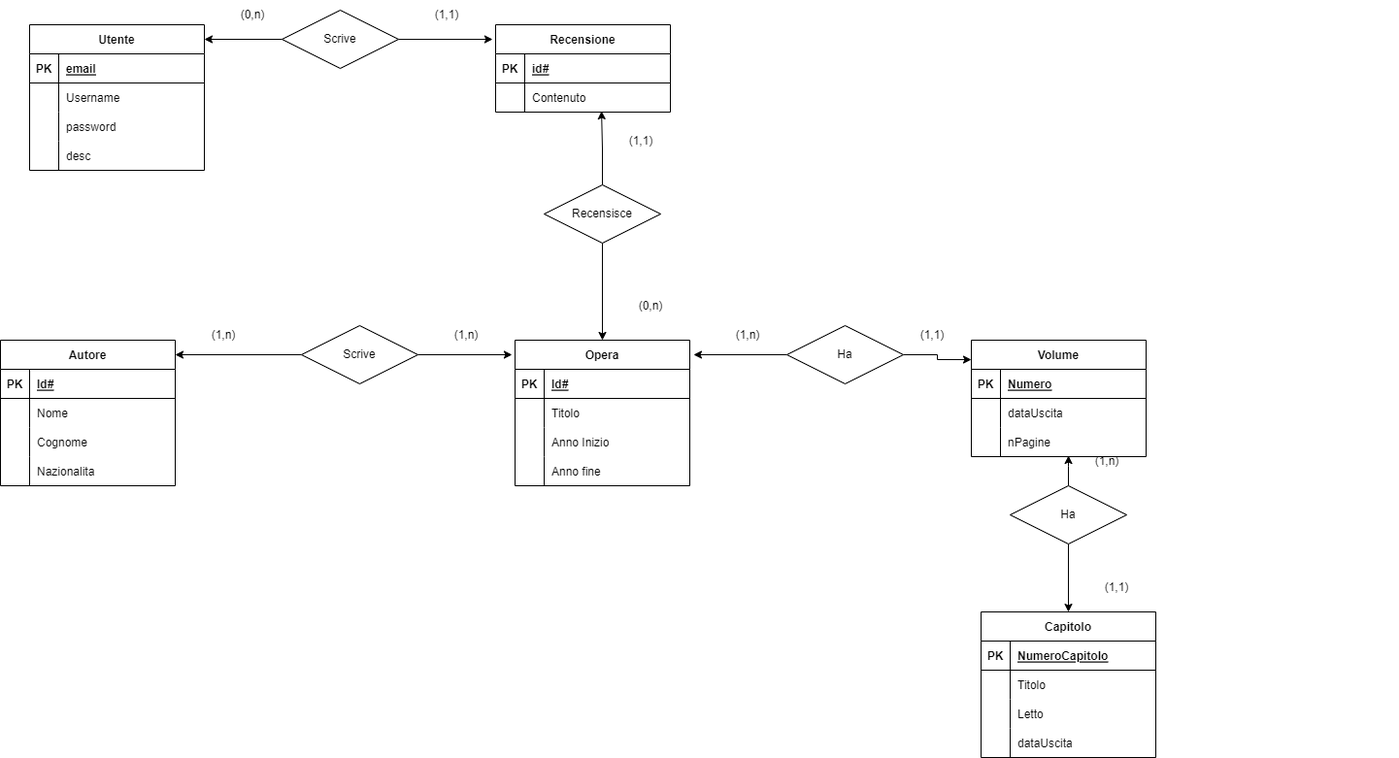
This is Progetto Blog.drawio.png from Cavosky/blog, a draw.io export, as it was before one commit. Source tidied: cells renumbered, new cells last; positions are measured from the earlier drawing's top-left corner, leaving out a move shared by most shapes.
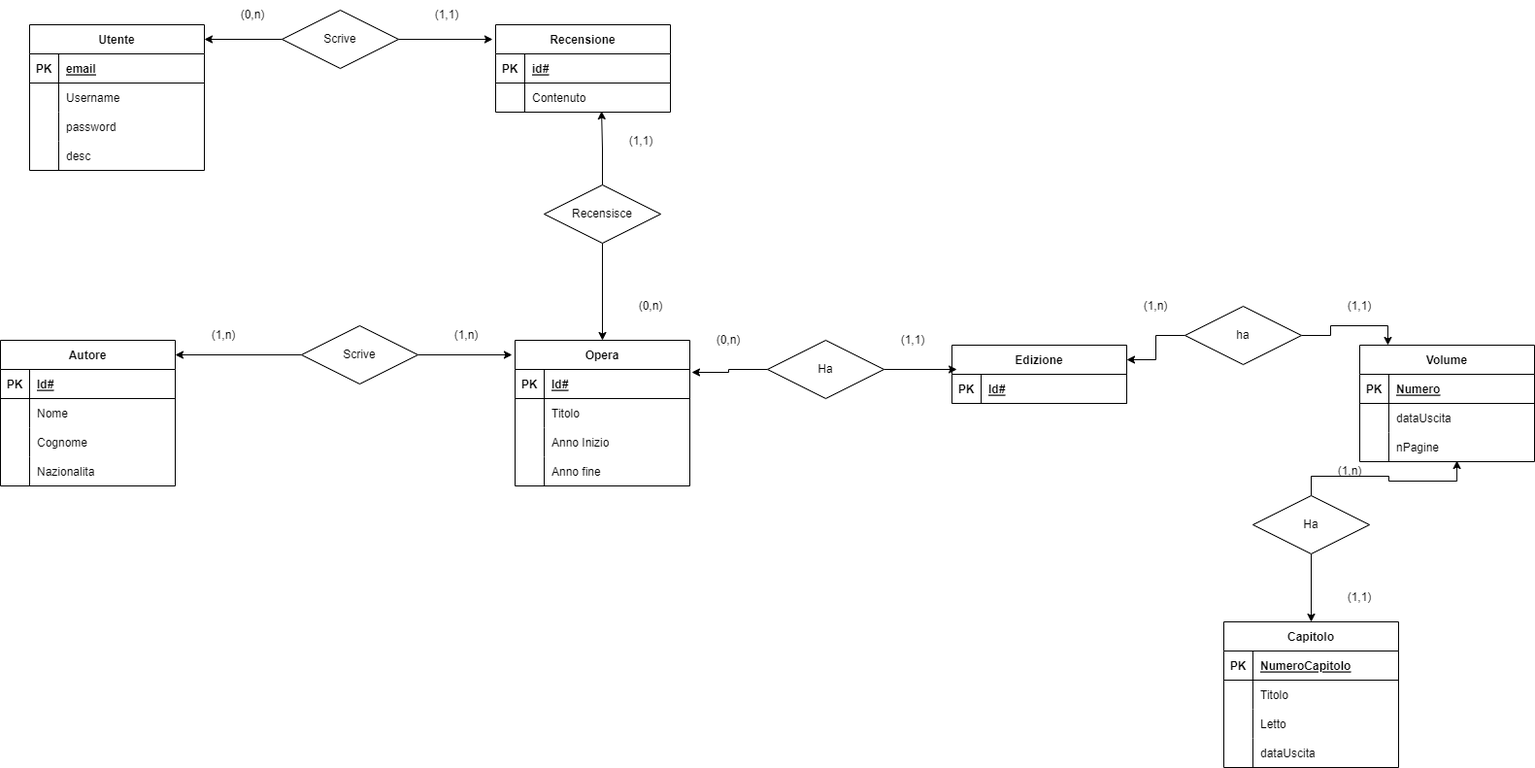
The same file after the commit.

What changed in the source:
```diff
@@ -81,7 +81,7 @@
       <mxGeometry x="30" width="150" height="30" as="geometry" />
     </mxCell>
     <mxCell id="28" value="Volume" style="shape=table;startSize=30;rowLines=0;fontStyle=1;align=center;" parent="1" vertex="1">
-      <mxGeometry x="1000" y="350" width="180" height="120" as="geometry" />
+      <mxGeometry x="1400" y="355" width="180" height="120" as="geometry" />
     </mxCell>
     <mxCell id="29" style="shape=tableRow;horizontal=0;startSize=0;swimlaneHead=0;swimlaneBody=0;fillColor=none;top=0;left=0;right=0;bottom=1;" parent="28" vertex="1">
       <mxGeometry y="30" width="180" height="30" as="geometry" />
@@ -111,7 +111,7 @@
       <mxGeometry x="30" width="150" height="30" as="geometry" />
     </mxCell>
     <mxCell id="38" value="Capitolo" style="shape=table;startSize=30;rowLines=0;fontStyle=1;align=center;" parent="1" vertex="1">
-      <mxGeometry x="1010" y="630" width="180" height="150" as="geometry" />
+      <mxGeometry x="1260" y="640" width="180" height="150" as="geometry" />
     </mxCell>
     <mxCell id="39" style="shape=tableRow;horizontal=0;startSize=0;swimlaneHead=0;swimlaneBody=0;fillColor=none;top=0;left=0;right=0;bottom=1;" parent="38" vertex="1">
       <mxGeometry y="30" width="180" height="30" as="geometry" />
@@ -158,15 +158,6 @@
     <mxCell id="53" value="Scrive" style="shape=rhombus;perimeter=rhombusPerimeter;whiteSpace=wrap;html=1;align=center;" parent="1" vertex="1">
       <mxGeometry x="310" y="335" width="120" height="60" as="geometry" />
     </mxCell>
-    <mxCell id="54" style="edgeStyle=orthogonalEdgeStyle;rounded=0;jettySize=auto;html=1;entryX=0;entryY=0.167;entryDx=0;entryDy=0;entryPerimeter=0;" parent="1" edge="1" source="56" target="28">
-      <mxGeometry relative="1" as="geometry" />
-    </mxCell>
-    <mxCell id="55" style="edgeStyle=orthogonalEdgeStyle;rounded=0;jettySize=auto;html=1;entryX=1.022;entryY=0.1;entryDx=0;entryDy=0;entryPerimeter=0;" parent="1" edge="1" source="56" target="15">
-      <mxGeometry relative="1" as="geometry" />
-    </mxCell>
-    <mxCell id="56" value="Ha" style="shape=rhombus;perimeter=rhombusPerimeter;whiteSpace=wrap;html=1;align=center;" parent="1" vertex="1">
-      <mxGeometry x="810" y="335" width="120" height="60" as="geometry" />
-    </mxCell>
     <mxCell id="57" style="edgeStyle=orthogonalEdgeStyle;rounded=0;jettySize=auto;html=1;entryX=0.5;entryY=0;entryDx=0;entryDy=0;" parent="1" edge="1" source="59" target="38">
       <mxGeometry relative="1" as="geometry" />
     </mxCell>
@@ -174,7 +165,7 @@
       <mxGeometry relative="1" as="geometry" />
     </mxCell>
     <mxCell id="59" value="Ha" style="shape=rhombus;perimeter=rhombusPerimeter;whiteSpace=wrap;html=1;align=center;" parent="1" vertex="1">
-      <mxGeometry x="1040" y="500" width="120" height="60" as="geometry" />
+      <mxGeometry x="1290" y="510" width="120" height="60" as="geometry" />
     </mxCell>
     <mxCell id="60" value="(1,n)" style="text;html=1;strokeColor=none;fillColor=none;align=center;verticalAlign=middle;whiteSpace=wrap;rounded=0;" parent="1" vertex="1">
       <mxGeometry x="200" y="330" width="60" height="30" as="geometry" />
@@ -182,17 +173,11 @@
     <mxCell id="61" value="(1,n)" style="text;html=1;strokeColor=none;fillColor=none;align=center;verticalAlign=middle;whiteSpace=wrap;rounded=0;" parent="1" vertex="1">
       <mxGeometry x="450" y="330" width="60" height="30" as="geometry" />
     </mxCell>
-    <mxCell id="62" value="(1,n)" style="text;html=1;strokeColor=none;fillColor=none;align=center;verticalAlign=middle;whiteSpace=wrap;rounded=0;" parent="1" vertex="1">
-      <mxGeometry x="740" y="330" width="60" height="30" as="geometry" />
-    </mxCell>
-    <mxCell id="63" value="(1,1)" style="text;html=1;strokeColor=none;fillColor=none;align=center;verticalAlign=middle;whiteSpace=wrap;rounded=0;" parent="1" vertex="1">
-      <mxGeometry x="930" y="330" width="60" height="30" as="geometry" />
-    </mxCell>
     <mxCell id="64" value="(1,n)" style="text;html=1;strokeColor=none;fillColor=none;align=center;verticalAlign=middle;whiteSpace=wrap;rounded=0;" parent="1" vertex="1">
-      <mxGeometry x="1110" y="460" width="60" height="30" as="geometry" />
+      <mxGeometry x="1360" y="470" width="60" height="30" as="geometry" />
     </mxCell>
     <mxCell id="65" value="(1,1)" style="text;html=1;strokeColor=none;fillColor=none;align=center;verticalAlign=middle;whiteSpace=wrap;rounded=0;" parent="1" vertex="1">
-      <mxGeometry x="1120" y="590" width="60" height="30" as="geometry" />
+      <mxGeometry x="1370" y="600" width="60" height="30" as="geometry" />
     </mxCell>
     <mxCell id="66" value="Utente" style="shape=table;startSize=30;rowLines=0;fontStyle=1;align=center;" parent="1" vertex="1">
       <mxGeometry x="30" y="25" width="180" height="150" as="geometry" />
@@ -287,8 +272,47 @@
     <mxCell id="96" style="shape=tableRow;horizontal=0;startSize=0;swimlaneHead=0;swimlaneBody=0;fillColor=none;top=0;left=0;right=0;bottom=0;" parent="1" vertex="1">
       <mxGeometry x="1260" y="400" width="180" height="30" as="geometry" />
     </mxCell>
-    <mxCell id="97" style="shape=partialRectangle;fillColor=none;top=0;left=0;bottom=0;right=0;overflow=hidden;" parent="96" vertex="1">
-      <mxGeometry width="30" height="30" as="geometry" />
-    </mxCell>
+    <mxCell id="98" value="Edizione" style="shape=table;startSize=30;rowLines=0;fontStyle=1;align=center;" parent="1" vertex="1">
+      <mxGeometry x="980" y="355" width="180" height="60" as="geometry" />
+    </mxCell>
+    <mxCell id="99" style="shape=tableRow;horizontal=0;startSize=0;swimlaneHead=0;swimlaneBody=0;fillColor=none;points=[[0,0.5],[1,0.5]];portConstraint=eastwest;top=0;left=0;right=0;bottom=1;" parent="98" vertex="1">
+      <mxGeometry y="30" width="180" height="30" as="geometry" />
+    </mxCell>
+    <mxCell id="100" value="PK" style="shape=partialRectangle;fillColor=none;top=0;left=0;bottom=0;right=0;fontStyle=1;overflow=hidden;" parent="99" vertex="1">
+      <mxGeometry width="30" height="30" as="geometry" />
+    </mxCell>
+    <mxCell id="101" value="Id#" style="shape=partialRectangle;fillColor=none;top=0;left=0;bottom=0;right=0;align=left;spacingLeft=6;fontStyle=5;overflow=hidden;" parent="99" vertex="1">
+      <mxGeometry x="30" width="150" height="30" as="geometry" />
+    </mxCell>
+    <mxCell id="102" style="edgeStyle=orthogonalEdgeStyle;rounded=0;jettySize=auto;html=1;entryX=0.028;entryY=-0.167;entryDx=0;entryDy=0;entryPerimeter=0;" parent="1" edge="1" source="56" target="99">
+      <mxGeometry relative="1" as="geometry" />
+    </mxCell>
+    <mxCell id="103" style="edgeStyle=orthogonalEdgeStyle;rounded=0;jettySize=auto;html=1;entryX=1.011;entryY=0.1;entryDx=0;entryDy=0;entryPerimeter=0;" parent="1" edge="1" source="56" target="16">
+      <mxGeometry relative="1" as="geometry" />
+    </mxCell>
+    <mxCell id="56" value="Ha" style="shape=rhombus;perimeter=rhombusPerimeter;whiteSpace=wrap;html=1;align=center;" parent="1" vertex="1">
+      <mxGeometry x="790" y="350" width="120" height="60" as="geometry" />
+    </mxCell>
+    <mxCell id="104" value="(0,n)" style="text;html=1;strokeColor=none;fillColor=none;align=center;verticalAlign=middle;whiteSpace=wrap;rounded=0;" parent="1" vertex="1">
+      <mxGeometry x="720" y="335" width="60" height="30" as="geometry" />
+    </mxCell>
+    <mxCell id="105" value="(1,1)" style="text;html=1;strokeColor=none;fillColor=none;align=center;verticalAlign=middle;whiteSpace=wrap;rounded=0;" parent="1" vertex="1">
+      <mxGeometry x="910" y="335" width="60" height="30" as="geometry" />
+    </mxCell>
+    <mxCell id="106" style="edgeStyle=orthogonalEdgeStyle;rounded=0;jettySize=auto;html=1;entryX=0.161;entryY=0;entryDx=0;entryDy=0;entryPerimeter=0;" parent="1" edge="1" source="108" target="28">
+      <mxGeometry relative="1" as="geometry" />
+    </mxCell>
+    <mxCell id="107" style="edgeStyle=orthogonalEdgeStyle;rounded=0;jettySize=auto;html=1;entryX=1;entryY=0.25;entryDx=0;entryDy=0;" parent="1" edge="1" source="108" target="98">
+      <mxGeometry relative="1" as="geometry" />
+    </mxCell>
+    <mxCell id="108" value="ha" style="shape=rhombus;perimeter=rhombusPerimeter;whiteSpace=wrap;html=1;align=center;" parent="1" vertex="1">
+      <mxGeometry x="1220" y="315" width="120" height="60" as="geometry" />
+    </mxCell>
+    <mxCell id="62" value="(1,n)" style="text;html=1;strokeColor=none;fillColor=none;align=center;verticalAlign=middle;whiteSpace=wrap;rounded=0;" parent="1" vertex="1">
+      <mxGeometry x="1160" y="300" width="60" height="30" as="geometry" />
+    </mxCell>
+    <mxCell id="109" value="(1,1)" style="text;html=1;strokeColor=none;fillColor=none;align=center;verticalAlign=middle;whiteSpace=wrap;rounded=0;" parent="1" vertex="1">
+      <mxGeometry x="1370" y="300" width="60" height="30" as="geometry" />
+    </mxCell>
   </root>
 </mxGraphModel>
```
